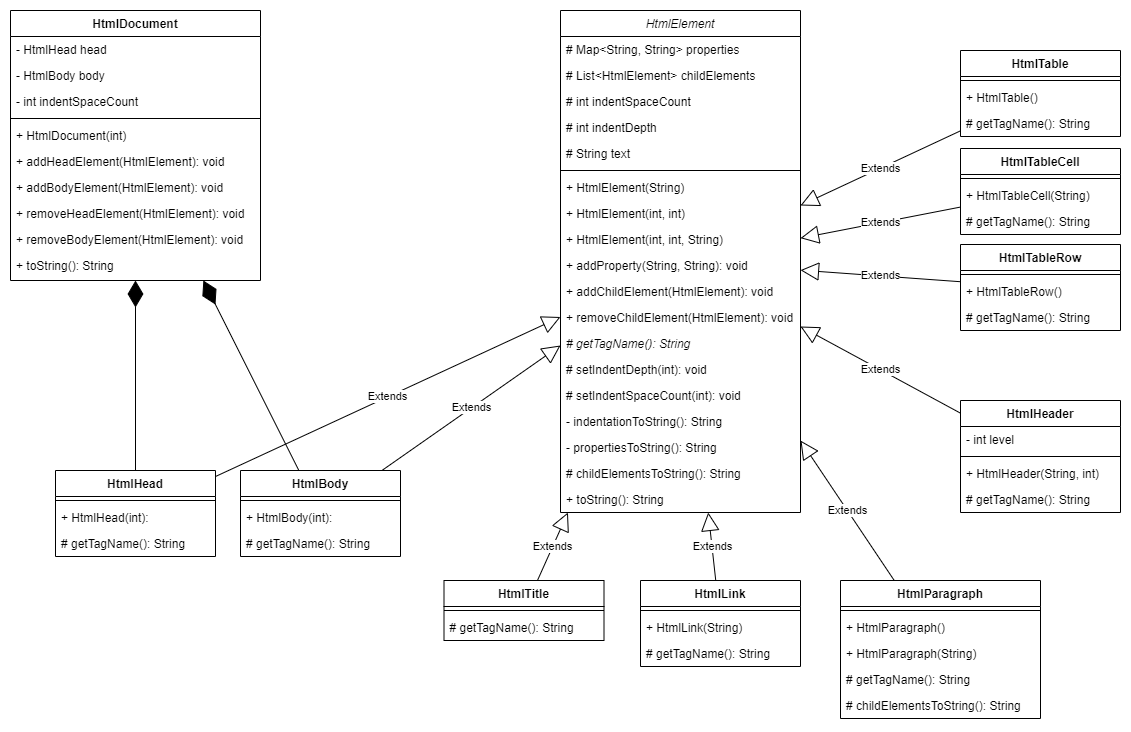
Earlier version of the draw.io export UML/Html-generator-drawio.png (Vajaylm/HtmlGenerator). Source tidied: cells renumbered, new cells last; positions are measured from the earlier drawing's top-left corner, leaving out a move shared by most shapes.
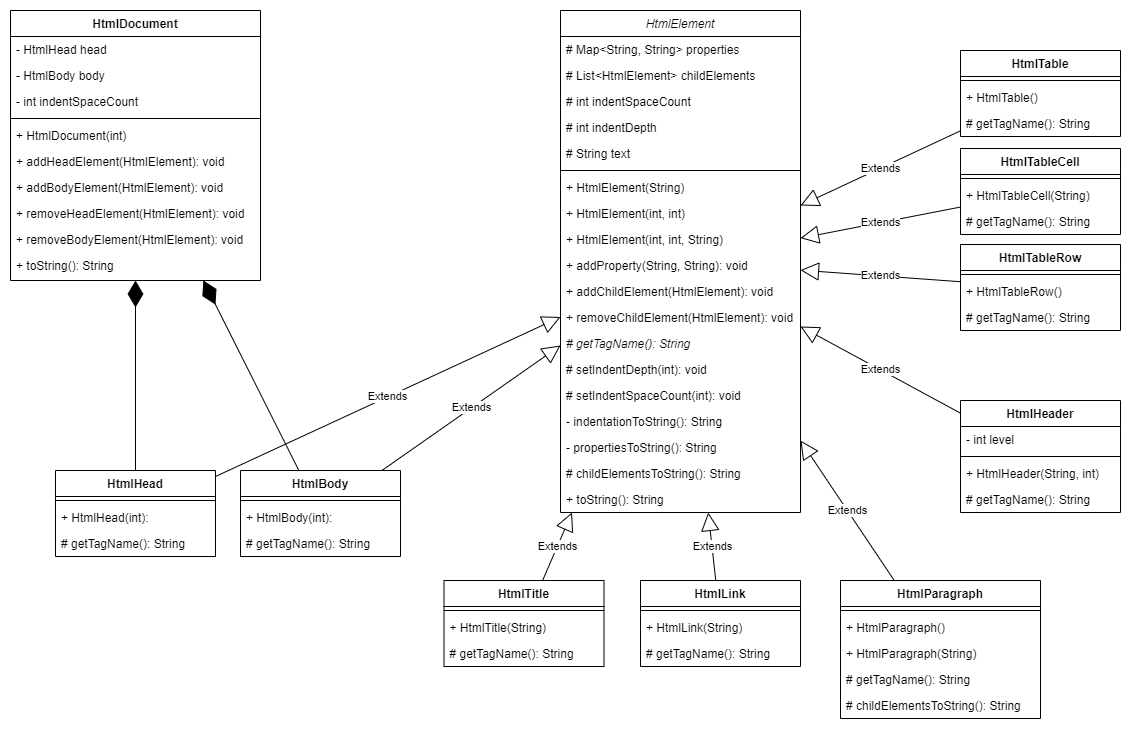
The same diagram one commit later.

Commit message:
Finalize UML diagram

Diff of the diagram source:
```diff
@@ -213,14 +213,17 @@
       <mxGeometry y="60" width="160" height="26" as="geometry" />
     </mxCell>
     <mxCell id="72" value="HtmlTitle" style="swimlane;fontStyle=1;align=center;verticalAlign=top;horizontal=1;startSize=26;" parent="1" vertex="1">
-      <mxGeometry x="433.5" y="570" width="160" height="60" as="geometry" />
+      <mxGeometry x="433.5" y="570" width="160" height="86" as="geometry" />
     </mxCell>
     <mxCell id="73" style="line;strokeWidth=1;fillColor=none;align=left;verticalAlign=middle;spacingTop=-1;spacingLeft=3;spacingRight=3;labelPosition=right;strokeColor=inherit;" parent="72" vertex="1">
       <mxGeometry y="26" width="160" height="8" as="geometry" />
     </mxCell>
-    <mxCell id="74" value="# getTagName(): String" style="text;strokeColor=none;fillColor=none;align=left;verticalAlign=top;spacingLeft=4;spacingRight=4;overflow=hidden;" parent="72" vertex="1">
+    <mxCell id="74" value="+ HtmlTitle(String)" style="text;strokeColor=none;fillColor=none;align=left;verticalAlign=top;spacingLeft=4;spacingRight=4;overflow=hidden;" parent="72" vertex="1">
       <mxGeometry y="34" width="160" height="26" as="geometry" />
     </mxCell>
+    <mxCell id="82" value="# getTagName(): String" style="text;strokeColor=none;fillColor=none;align=left;verticalAlign=top;spacingLeft=4;spacingRight=4;overflow=hidden;" parent="72" vertex="1">
+      <mxGeometry y="60" width="160" height="26" as="geometry" />
+    </mxCell>
     <mxCell id="75" value="Extends" style="endArrow=block;endSize=16;endFill=0;html=1;rounded=0;" parent="1" edge="1" source="50" target="2">
       <mxGeometry relative="1" as="geometry" />
     </mxCell>
```
